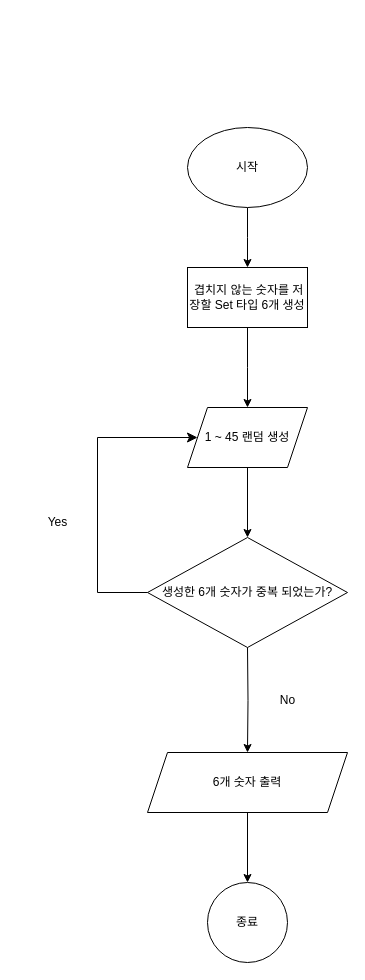
Above: CodeStarterCamp_Week2/로또_순서도.drawio in yagom-academy/swift-starter-Round2 (draw.io), before the change. Source tidied: cells renumbered, new cells numbered last; positions are measured from the earlier drawing's top-left corner, leaving out a move shared by most shapes. Both pictures are drawn from the tidied source at 100%, with x=0, y=0 at pixel (37, 127).
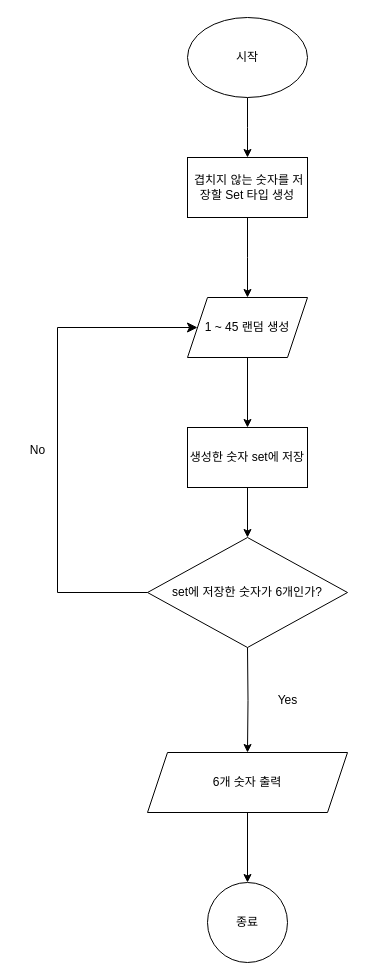
The same page after the edit.

What changed in the source:
```diff
@@
     <mxCell id="2" style="edgeStyle=orthogonalEdgeStyle;rounded=0;jettySize=auto;html=1;" parent="1" edge="1" source="3">
       <mxGeometry relative="1" as="geometry">
-        <mxPoint x="210" y="140" as="targetPoint" />
+        <mxPoint x="210" y="30" as="targetPoint" />
       </mxGeometry>
     </mxCell>
     <mxCell id="3" value="시작" style="ellipse;whiteSpace=wrap;html=1;" parent="1" vertex="1">
-      <mxGeometry x="150" width="120" height="80" as="geometry" />
+      <mxGeometry x="150" y="-110" width="120" height="80" as="geometry" />
     </mxCell>
     <mxCell id="4" style="edgeStyle=orthogonalEdgeStyle;rounded=0;jettySize=auto;html=1;" parent="1" edge="1" source="5">
       <mxGeometry relative="1" as="geometry">
-        <mxPoint x="210" y="280" as="targetPoint" />
+        <mxPoint x="210" y="170" as="targetPoint" />
       </mxGeometry>
     </mxCell>
-    <mxCell id="5" value="&amp;nbsp;겹치지 않는 숫자를 저장할 Set 타입 6개 생성" style="rounded=0;whiteSpace=wrap;html=1;" parent="1" vertex="1">
-      <mxGeometry x="150" y="140" width="120" height="60" as="geometry" />
+    <mxCell id="5" value="&amp;nbsp;겹치지 않는 숫자를 저장할 Set 타입 생성" style="rounded=0;whiteSpace=wrap;html=1;" parent="1" vertex="1">
+      <mxGeometry x="150" y="30" width="120" height="60" as="geometry" />
     </mxCell>
-    <mxCell id="6" style="edgeStyle=orthogonalEdgeStyle;rounded=0;jettySize=auto;html=1;" parent="1" edge="1" source="7" target="8">
-      <mxGeometry relative="1" as="geometry" />
-    </mxCell>
+    <mxCell id="16" style="edgeStyle=orthogonalEdgeStyle;rounded=0;jettySize=auto;html=1;" parent="1" edge="1" source="7" target="18">
+      <mxGeometry relative="1" as="geometry" />
+    </mxCell>
     <mxCell id="7" value="1 ~ 45 랜덤 생성" style="shape=parallelogram;perimeter=parallelogramPerimeter;whiteSpace=wrap;html=1;fixedSize=1;" parent="1" vertex="1">
-      <mxGeometry x="150" y="280" width="120" height="60" as="geometry" />
+      <mxGeometry x="150" y="170" width="120" height="60" as="geometry" />
     </mxCell>
-    <mxCell id="8" value="생성한 6개 숫자가 중복 되었는가?" style="rhombus;whiteSpace=wrap;html=1;" parent="1" vertex="1">
+    <mxCell id="8" value="set에 저장한 숫자가 6개인가?" style="rhombus;whiteSpace=wrap;html=1;" parent="1" vertex="1">
       <mxGeometry x="110" y="410" width="200" height="110" as="geometry" />
     </mxCell>
@@
-    <mxCell id="10" style="edgeStyle=elbowEdgeStyle;elbow=horizontal;endArrow=classic;html=1;curved=0;rounded=0;endSize=8;startSize=8;exitX=0;exitY=0.5;exitDx=0;exitDy=0;" parent="1" edge="1" source="8">
-      <mxGeometry relative="1" as="geometry">
-        <mxPoint x="160" y="310" as="targetPoint" />
-        <Array as="points">
-          <mxPoint x="60" y="400" />
-        </Array>
-      </mxGeometry>
-    </mxCell>
-    <mxCell id="11" value="Yes" style="text;html=1;align=center;verticalAlign=middle;strokeColor=none;fillColor=none;" parent="1" vertex="1">
-      <mxGeometry y="380" width="40" height="30" as="geometry" />
-    </mxCell>
@@
-    <mxCell id="15" value="No" style="text;html=1;align=center;verticalAlign=middle;strokeColor=none;fillColor=none;" parent="1" vertex="1">
+    <mxCell id="15" value="Yes" style="text;html=1;align=center;verticalAlign=middle;strokeColor=none;fillColor=none;" parent="1" vertex="1">
       <mxGeometry x="230" y="558" width="40" height="30" as="geometry" />
     </mxCell>
+    <mxCell id="17" style="edgeStyle=orthogonalEdgeStyle;rounded=0;jettySize=auto;html=1;" parent="1" edge="1" source="18" target="8">
+      <mxGeometry relative="1" as="geometry" />
+    </mxCell>
+    <mxCell id="18" value="생성한 숫자 set에 저장" style="rounded=0;whiteSpace=wrap;html=1;" parent="1" vertex="1">
+      <mxGeometry x="150" y="300" width="120" height="60" as="geometry" />
+    </mxCell>
+    <mxCell id="19" style="edgeStyle=elbowEdgeStyle;elbow=vertical;endArrow=classic;html=1;curved=0;rounded=0;endSize=8;startSize=8;entryX=0;entryY=0.5;entryDx=0;entryDy=0;exitX=0;exitY=0.5;exitDx=0;exitDy=0;" parent="1" edge="1" source="8" target="7">
+      <mxGeometry relative="1" as="geometry">
+        <Array as="points">
+          <mxPoint x="20" y="270" />
+        </Array>
+      </mxGeometry>
+    </mxCell>
+    <mxCell id="20" value="No" style="text;html=1;align=center;verticalAlign=middle;strokeColor=none;fillColor=none;" parent="1" vertex="1">
+      <mxGeometry x="-20" y="308" width="40" height="30" as="geometry" />
+    </mxCell>
```
